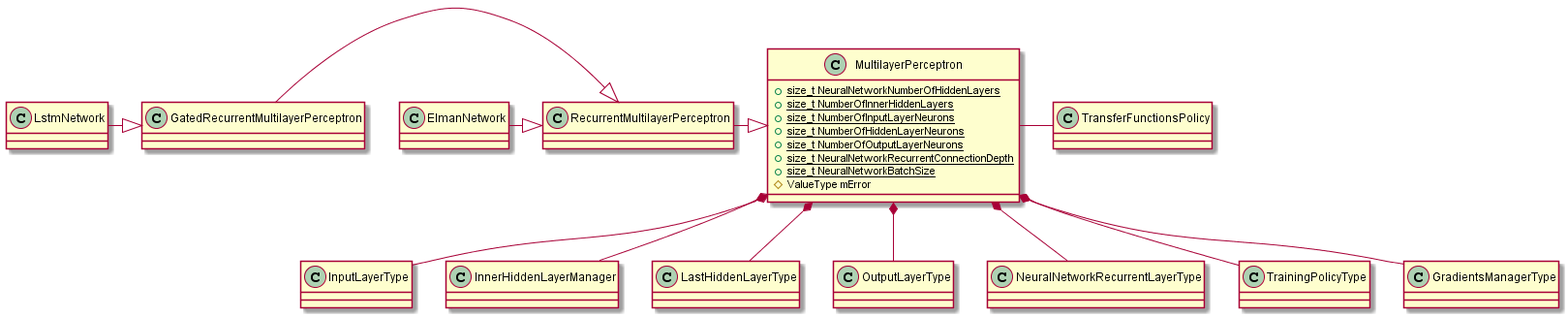
The PlantUML diagram uml/nn/nn_class.png in intel/cppnnml, before a commit.
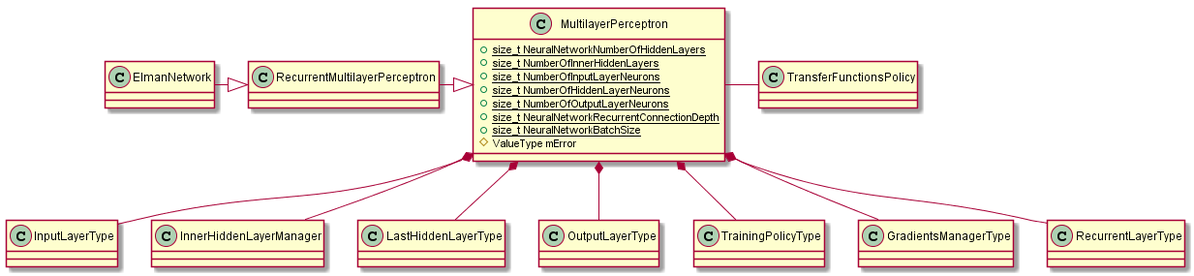
After the commit.

Diff of the diagram source:
```diff
@@ -9,9 +9,6 @@
 }
 
 class OutputLayerType {
-}
-
-class NeuralNetworkRecurrentLayerType {
 }
 
 class TrainingPolicyType {
@@ -37,20 +34,15 @@
 class RecurrentMultilayerPerceptron {
 }
 
-class GatedRecurrentMultilayerPerceptron {
-}
-
 MultilayerPerceptron *-- InputLayerType
 MultilayerPerceptron *-- InnerHiddenLayerManager
 MultilayerPerceptron *-- LastHiddenLayerType
 MultilayerPerceptron *-- OutputLayerType
-MultilayerPerceptron *-- NeuralNetworkRecurrentLayerType
+MultilayerPerceptron *-- RecurrentLayerType
 MultilayerPerceptron *-- TrainingPolicyType
 MultilayerPerceptron *-- GradientsManagerType
 MultilayerPerceptron - TransferFunctionsPolicy
 RecurrentMultilayerPerceptron -|> MultilayerPerceptron
-GatedRecurrentMultilayerPerceptron -|> RecurrentMultilayerPerceptron
-LstmNetwork -|> GatedRecurrentMultilayerPerceptron
 ElmanNetwork -|> RecurrentMultilayerPerceptron
 
 @enduml
```
